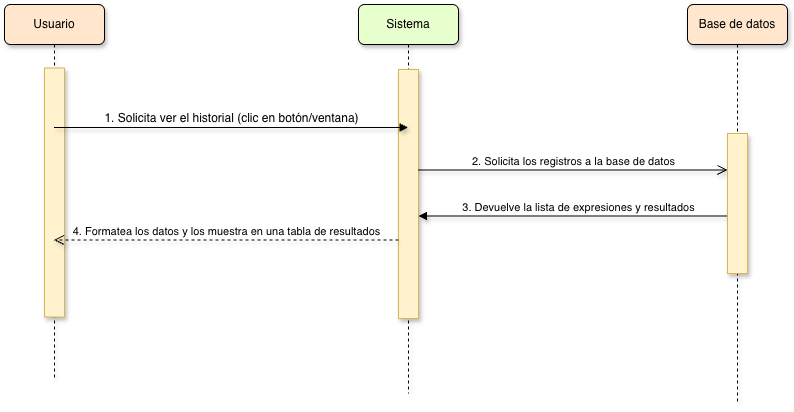
Before: Diagramas/Secuencia/RF005-Secuencia.png, a diagram exported from draw.io (eraymundogonzalez-hash/Proyecto_final-Evaluador_de_expresiones). Source tidied: cells renumbered, new cells last; positions are measured from the earlier drawing's top-left corner, leaving out a move shared by most shapes. Source of this version:
```xml
<mxGraphModel>
  <root>
    <mxCell id="0" />
    <mxCell id="1" parent="0" />
    <mxCell id="2" value="Usuario" style="shape=umlLifeline;perimeter=lifelinePerimeter;whiteSpace=wrap;html=1;outlineConnect=0;portConstraint=eastwest;newEdgeStyle={&quot;edgeStyle&quot;:&quot;elbowEdgeStyle&quot;,&quot;elbow&quot;:&quot;vertical&quot;,&quot;curved&quot;:0,&quot;rounded&quot;:0};shadow=1;rounded=1;fillColor=#FFE6CC;" parent="1" vertex="1">
      <mxGeometry width="100" height="376" as="geometry" />
    </mxCell>
    <mxCell id="3" style="html=1;perimeter=orthogonalPerimeter;targetShapes=umlLifeline;newEdgeStyle={&quot;curved&quot;:0,&quot;rounded&quot;:0};shadow=1;fillColor=#fff2cc;strokeColor=#d6b656;" parent="2" vertex="1">
      <mxGeometry x="40" y="63.5" width="20" height="249" as="geometry" />
    </mxCell>
    <mxCell id="4" value="Sistema" style="shape=umlLifeline;perimeter=lifelinePerimeter;whiteSpace=wrap;html=1;newEdgeStyle={&quot;edgeStyle&quot;:&quot;elbowEdgeStyle&quot;,&quot;elbow&quot;:&quot;vertical&quot;,&quot;curved&quot;:0,&quot;rounded&quot;:0};shadow=1;rounded=1;fillColor=#E6FFCC;" parent="1" vertex="1">
      <mxGeometry x="354" width="100" height="389" as="geometry" />
    </mxCell>
    <mxCell id="5" style="html=1;perimeter=orthogonalPerimeter;targetShapes=umlLifeline;newEdgeStyle={&quot;curved&quot;:0,&quot;rounded&quot;:0};shadow=1;fillColor=#fff2cc;strokeColor=#d6b656;" parent="4" vertex="1">
      <mxGeometry x="40" y="65" width="20" height="249" as="geometry" />
    </mxCell>
    <mxCell id="6" value="&lt;span style=&quot;color: light-dark(rgb(0, 0, 0), rgb(255, 255, 255)); font-size: 12px; background-color: transparent; text-align: left;&quot;&gt;1. Solicita ver el historial&amp;nbsp;&lt;/span&gt;&lt;span style=&quot;background-color: transparent; color: light-dark(rgb(0, 0, 0), rgb(255, 255, 255)); text-align: left; font-size: 12px;&quot;&gt;(clic en botón/ventana)&lt;/span&gt;" style="html=1;verticalAlign=bottom;endArrow=block;curved=0;rounded=0;shadow=1;" parent="1" edge="1">
      <mxGeometry relative="1" as="geometry">
        <mxPoint x="49.5" y="123" as="sourcePoint" />
        <mxPoint x="403.5" y="123" as="targetPoint" />
      </mxGeometry>
    </mxCell>
    <mxCell id="7" value="2. Solicita los registros a la base de datos" style="html=1;verticalAlign=bottom;endArrow=open;endSize=8;curved=0;rounded=0;shadow=1;" parent="1" edge="1">
      <mxGeometry relative="1" as="geometry">
        <mxPoint x="414" y="165.5" as="sourcePoint" />
        <mxPoint x="723" y="165.5" as="targetPoint" />
      </mxGeometry>
    </mxCell>
    <mxCell id="8" value="3. Devuelve la lista de expresiones y resultados" style="html=1;verticalAlign=bottom;endArrow=block;curved=0;rounded=0;shadow=1;" parent="1" edge="1">
      <mxGeometry relative="1" as="geometry">
        <mxPoint x="732.5" y="211.5" as="sourcePoint" />
        <mxPoint x="414" y="211.5" as="targetPoint" />
      </mxGeometry>
    </mxCell>
    <mxCell id="9" value="4. Formatea los datos y los muestra en una tabla de resultados" style="html=1;verticalAlign=bottom;endArrow=open;dashed=1;endSize=8;curved=0;rounded=0;shadow=1;" parent="1" edge="1" target="2">
      <mxGeometry relative="1" as="geometry">
        <mxPoint x="394" y="235.5" as="sourcePoint" />
      </mxGeometry>
    </mxCell>
    <mxCell id="10" value="Base de datos" style="shape=umlLifeline;perimeter=lifelinePerimeter;whiteSpace=wrap;html=1;newEdgeStyle={&quot;edgeStyle&quot;:&quot;elbowEdgeStyle&quot;,&quot;elbow&quot;:&quot;vertical&quot;,&quot;curved&quot;:0,&quot;rounded&quot;:0};shadow=1;rounded=1;fillColor=#FFE6CC;" parent="1" vertex="1">
      <mxGeometry x="683" width="100" height="400" as="geometry" />
    </mxCell>
    <mxCell id="11" style="html=1;perimeter=orthogonalPerimeter;targetShapes=umlLifeline;newEdgeStyle={&quot;curved&quot;:0,&quot;rounded&quot;:0};shadow=1;fillColor=#fff2cc;strokeColor=#d6b656;" parent="10" vertex="1">
      <mxGeometry x="40" y="129" width="20" height="140" as="geometry" />
    </mxCell>
  </root>
</mxGraphModel>
```
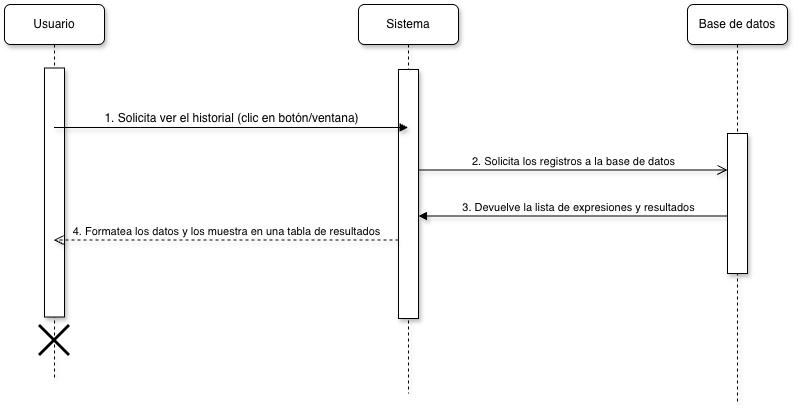
Above is the later version.

Commit message:
RF 006 y 005 blanco y negro

Se realiza en blanco y negro para unificar estilo en el document. Se agrega el símbolo X al final de cada proceso.

The edit, as a diff of the source:
```diff
@@ -2,16 +2,19 @@
   <root>
     <mxCell id="0" />
     <mxCell id="1" parent="0" />
-    <mxCell id="2" value="Usuario" style="shape=umlLifeline;perimeter=lifelinePerimeter;whiteSpace=wrap;html=1;outlineConnect=0;portConstraint=eastwest;newEdgeStyle={&quot;edgeStyle&quot;:&quot;elbowEdgeStyle&quot;,&quot;elbow&quot;:&quot;vertical&quot;,&quot;curved&quot;:0,&quot;rounded&quot;:0};shadow=1;rounded=1;fillColor=#FFE6CC;" parent="1" vertex="1">
+    <mxCell id="2" value="Usuario" style="shape=umlLifeline;perimeter=lifelinePerimeter;whiteSpace=wrap;html=1;outlineConnect=0;portConstraint=eastwest;newEdgeStyle={&quot;edgeStyle&quot;:&quot;elbowEdgeStyle&quot;,&quot;elbow&quot;:&quot;vertical&quot;,&quot;curved&quot;:0,&quot;rounded&quot;:0};shadow=1;rounded=1;fillColor=#FFFFFF;" parent="1" vertex="1">
       <mxGeometry width="100" height="376" as="geometry" />
     </mxCell>
-    <mxCell id="3" style="html=1;perimeter=orthogonalPerimeter;targetShapes=umlLifeline;newEdgeStyle={&quot;curved&quot;:0,&quot;rounded&quot;:0};shadow=1;fillColor=#fff2cc;strokeColor=#d6b656;" parent="2" vertex="1">
+    <mxCell id="3" style="html=1;perimeter=orthogonalPerimeter;targetShapes=umlLifeline;newEdgeStyle={&quot;curved&quot;:0,&quot;rounded&quot;:0};shadow=1;fillColor=#FFFFFF;strokeColor=#000000;" parent="2" vertex="1">
       <mxGeometry x="40" y="63.5" width="20" height="249" as="geometry" />
     </mxCell>
+    <mxCell id="12" style="shape=umlDestroy;whiteSpace=wrap;html=1;strokeWidth=3;targetShapes=umlLifeline;" parent="2" vertex="1">
+      <mxGeometry x="35" y="321" width="30" height="30" as="geometry" />
+    </mxCell>
-    <mxCell id="4" value="Sistema" style="shape=umlLifeline;perimeter=lifelinePerimeter;whiteSpace=wrap;html=1;newEdgeStyle={&quot;edgeStyle&quot;:&quot;elbowEdgeStyle&quot;,&quot;elbow&quot;:&quot;vertical&quot;,&quot;curved&quot;:0,&quot;rounded&quot;:0};shadow=1;rounded=1;fillColor=#E6FFCC;" parent="1" vertex="1">
+    <mxCell id="4" value="Sistema" style="shape=umlLifeline;perimeter=lifelinePerimeter;whiteSpace=wrap;html=1;newEdgeStyle={&quot;edgeStyle&quot;:&quot;elbowEdgeStyle&quot;,&quot;elbow&quot;:&quot;vertical&quot;,&quot;curved&quot;:0,&quot;rounded&quot;:0};shadow=1;rounded=1;fillColor=#FFFFFF;" parent="1" vertex="1">
       <mxGeometry x="354" width="100" height="389" as="geometry" />
     </mxCell>
-    <mxCell id="5" style="html=1;perimeter=orthogonalPerimeter;targetShapes=umlLifeline;newEdgeStyle={&quot;curved&quot;:0,&quot;rounded&quot;:0};shadow=1;fillColor=#fff2cc;strokeColor=#d6b656;" parent="4" vertex="1">
+    <mxCell id="5" style="html=1;perimeter=orthogonalPerimeter;targetShapes=umlLifeline;newEdgeStyle={&quot;curved&quot;:0,&quot;rounded&quot;:0};shadow=1;fillColor=#FFFFFF;strokeColor=#000000;" parent="4" vertex="1">
       <mxGeometry x="40" y="65" width="20" height="249" as="geometry" />
     </mxCell>
     <mxCell id="6" value="&lt;span style=&quot;color: light-dark(rgb(0, 0, 0), rgb(255, 255, 255)); font-size: 12px; background-color: transparent; text-align: left;&quot;&gt;1. Solicita ver el historial&amp;nbsp;&lt;/span&gt;&lt;span style=&quot;background-color: transparent; color: light-dark(rgb(0, 0, 0), rgb(255, 255, 255)); text-align: left; font-size: 12px;&quot;&gt;(clic en botón/ventana)&lt;/span&gt;" style="html=1;verticalAlign=bottom;endArrow=block;curved=0;rounded=0;shadow=1;" parent="1" edge="1">
@@ -37,10 +40,10 @@
         <mxPoint x="394" y="235.5" as="sourcePoint" />
       </mxGeometry>
     </mxCell>
-    <mxCell id="10" value="Base de datos" style="shape=umlLifeline;perimeter=lifelinePerimeter;whiteSpace=wrap;html=1;newEdgeStyle={&quot;edgeStyle&quot;:&quot;elbowEdgeStyle&quot;,&quot;elbow&quot;:&quot;vertical&quot;,&quot;curved&quot;:0,&quot;rounded&quot;:0};shadow=1;rounded=1;fillColor=#FFE6CC;" parent="1" vertex="1">
+    <mxCell id="10" value="Base de datos" style="shape=umlLifeline;perimeter=lifelinePerimeter;whiteSpace=wrap;html=1;newEdgeStyle={&quot;edgeStyle&quot;:&quot;elbowEdgeStyle&quot;,&quot;elbow&quot;:&quot;vertical&quot;,&quot;curved&quot;:0,&quot;rounded&quot;:0};shadow=1;rounded=1;fillColor=#FFFFFF;" parent="1" vertex="1">
       <mxGeometry x="683" width="100" height="400" as="geometry" />
     </mxCell>
-    <mxCell id="11" style="html=1;perimeter=orthogonalPerimeter;targetShapes=umlLifeline;newEdgeStyle={&quot;curved&quot;:0,&quot;rounded&quot;:0};shadow=1;fillColor=#fff2cc;strokeColor=#d6b656;" parent="10" vertex="1">
+    <mxCell id="11" style="html=1;perimeter=orthogonalPerimeter;targetShapes=umlLifeline;newEdgeStyle={&quot;curved&quot;:0,&quot;rounded&quot;:0};shadow=1;fillColor=#FFFFFF;strokeColor=#000000;" parent="10" vertex="1">
       <mxGeometry x="40" y="129" width="20" height="140" as="geometry" />
     </mxCell>
   </root>
```
